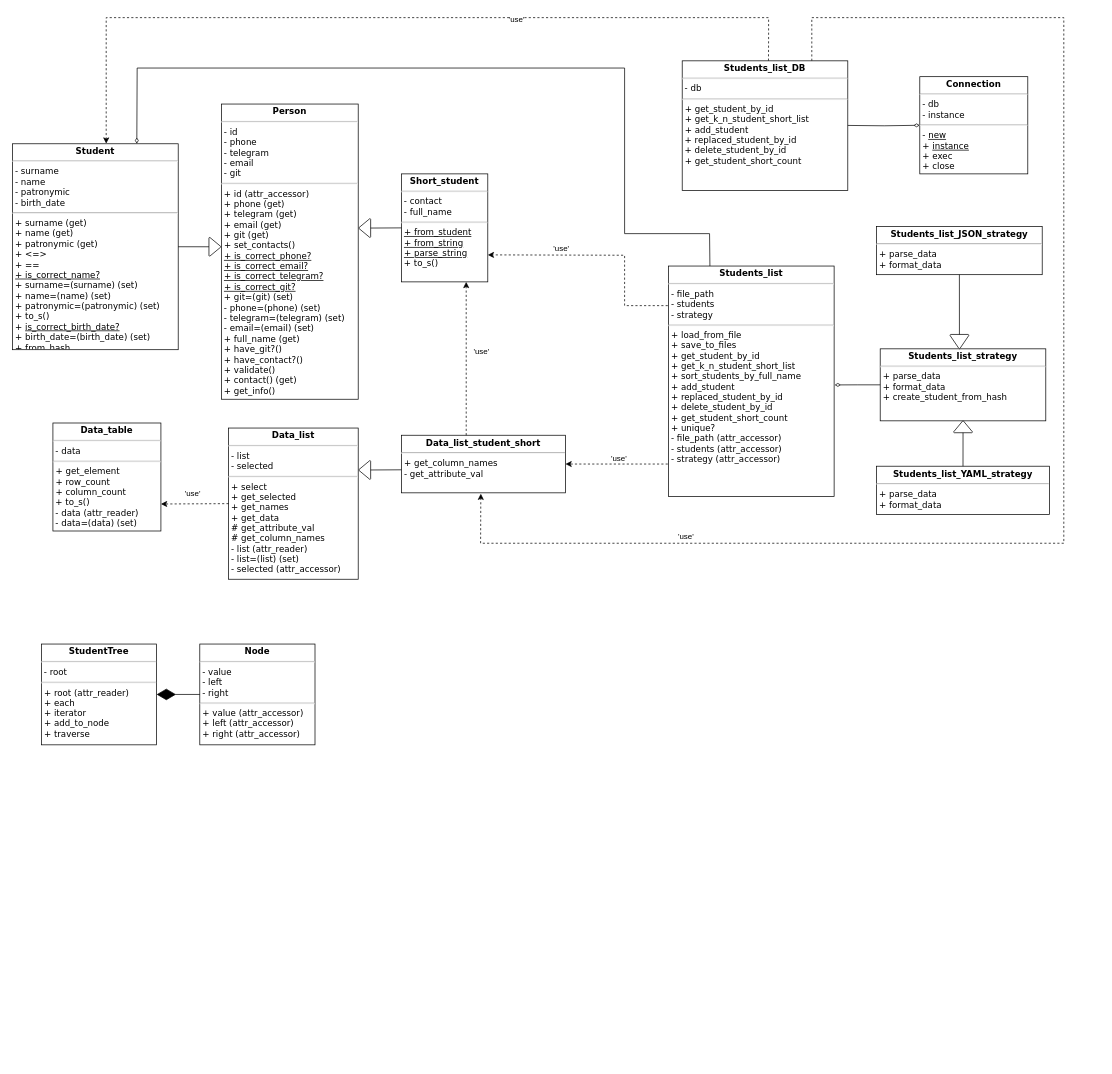
Earlier version of the draw.io diagram Студенты/Диаграмма_классов.drawio (drpnmr/DesignPatterns). Source tidied: cells renumbered, new cells numbered last; positions are measured from the earlier drawing's top-left corner, leaving out a move shared by most shapes. Both pictures are drawn from the tidied source at 72%, with x=0, y=0 at pixel (12, 17).
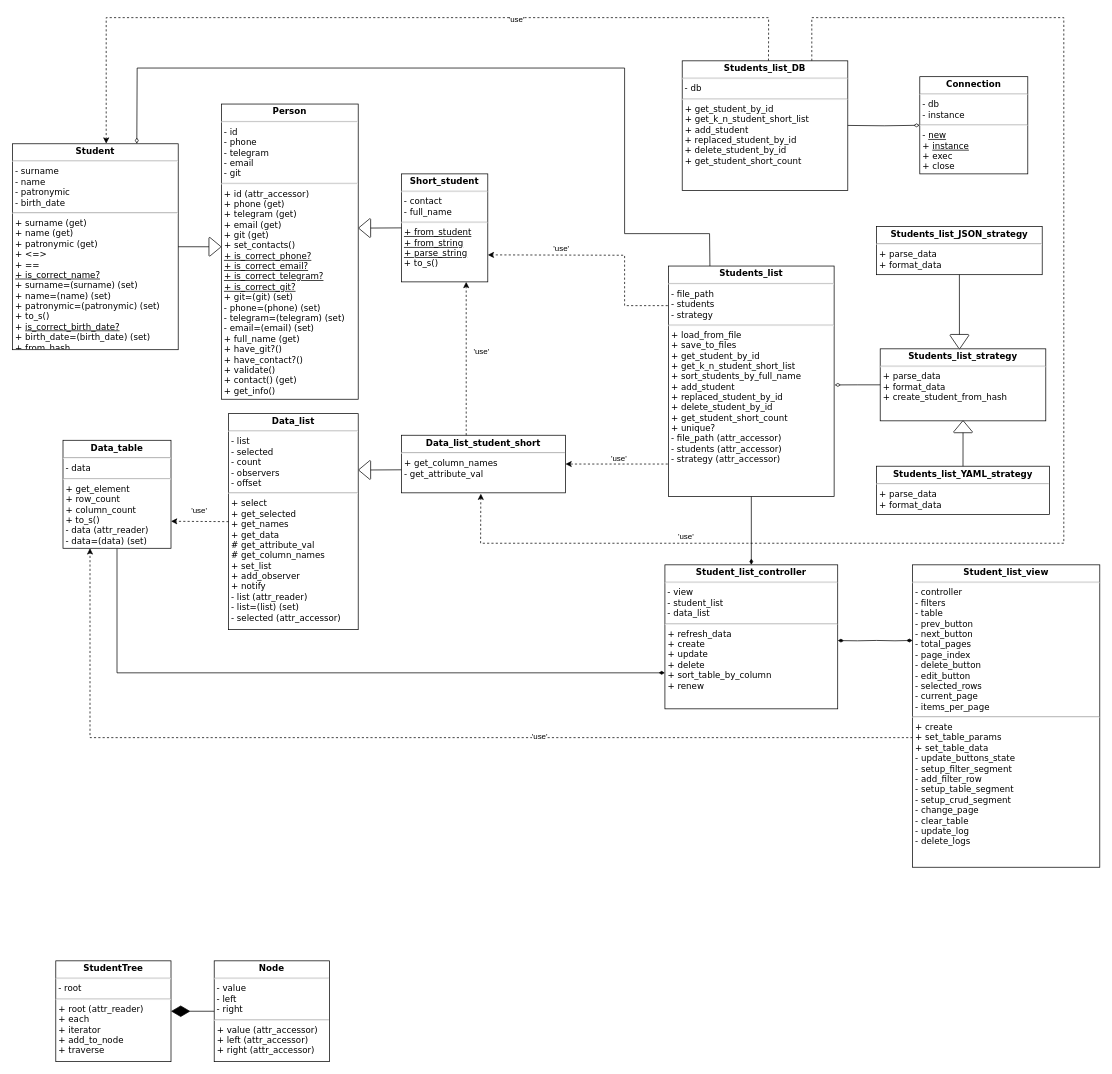
The same page after the edit.

Commit message (it also covers changes not shown here):
ЛР5, задание 1.5. Обновленная диаграмма классов

The change refers to these unchanged cells:
```xml
<mxCell id="23" value="&lt;p style=&quot;margin: 4px 0px 0px; text-align: center;&quot;&gt;&lt;b style=&quot;&quot;&gt;&lt;font style=&quot;font-size: 12px;&quot;&gt;Students_list&lt;/font&gt;&lt;/b&gt;&lt;/p&gt;&lt;hr style=&quot;&quot;&gt;&lt;div style=&quot;border-color: var(--border-color);&quot;&gt;&lt;font style=&quot;font-size: 12px;&quot;&gt;&lt;span style=&quot;background-color: initial;&quot;&gt;&lt;font style=&quot;&quot;&gt;&amp;nbsp;-&lt;/font&gt;&amp;nbsp;file_path&lt;/span&gt;&lt;/font&gt;&lt;/div&gt;&lt;div style=&quot;border-color: var(--border-color);&quot;&gt;&lt;font style=&quot;font-size: 12px;&quot;&gt;&lt;span style=&quot;background-color: initial;&quot;&gt;&amp;nbsp;- students&lt;/span&gt;&lt;/font&gt;&lt;/div&gt;&lt;div style=&quot;border-color: var(--border-color);&quot;&gt;&amp;nbsp;- strategy&lt;/div&gt;&lt;hr style=&quot;&quot;&gt;&lt;p style=&quot;margin: 0px 0px 0px 4px;&quot;&gt;&lt;span style=&quot;background-color: initial;&quot;&gt;+&amp;nbsp;load_from_file&lt;/span&gt;&lt;/p&gt;&lt;p style=&quot;margin: 0px 0px 0px 4px;&quot;&gt;+ save_to_files&lt;/p&gt;&lt;p style=&quot;margin: 0px 0px 0px 4px;&quot;&gt;+ get_student_by_id&lt;/p&gt;&lt;p style=&quot;margin: 0px 0px 0px 4px;&quot;&gt;+ get_k_n_student_short_list&lt;/p&gt;&lt;p style=&quot;margin: 0px 0px 0px 4px;&quot;&gt;+ sort_students_by_full_name&lt;/p&gt;&lt;p style=&quot;margin: 0px 0px 0px 4px;&quot;&gt;+&amp;nbsp;add_student&lt;/p&gt;&lt;div&gt;&amp;nbsp;+ replaced_student_by_id&lt;/div&gt;&lt;div&gt;&amp;nbsp;+ delete_student_by_id&lt;/div&gt;&lt;div&gt;&amp;nbsp;+ get_student_short_count&lt;/div&gt;&lt;div&gt;&amp;nbsp;+ unique?&lt;/div&gt;&lt;div&gt;&amp;nbsp;- file_path&amp;nbsp;(attr_accessor)&lt;/div&gt;&lt;div&gt;&amp;nbsp;- students&amp;nbsp;(attr_accessor)&lt;/div&gt;&lt;div&gt;&amp;nbsp;- strategy (attr_accessor)&lt;/div&gt;&lt;div&gt;&lt;font style=&quot;font-size: 12px;&quot;&gt;&lt;span class=&quot;Apple-converted-space&quot; style=&quot;background-color: initial;&quot;&gt;&amp;nbsp;&lt;/span&gt;&lt;/font&gt;&lt;/div&gt;" style="verticalAlign=top;align=left;overflow=fill;fontSize=12;fontFamily=Verdana;html=1;whiteSpace=wrap;spacingLeft=1;spacing=0;spacingTop=0;" parent="1" vertex="1">
  <mxGeometry x="911" y="345" width="230" height="320" as="geometry" />
</mxCell>
```

Change to the diagram source:
```diff
@@
     <mxCell id="9" value="&lt;p style=&quot;margin: 4px 0px 0px; text-align: center;&quot;&gt;&lt;b&gt;&lt;font&gt;StudentTree&lt;/font&gt;&lt;/b&gt;&lt;/p&gt;&lt;hr&gt;&lt;div style=&quot;border-color: var(--border-color);&quot;&gt;&lt;font&gt;&lt;span style=&quot;background-color: initial;&quot;&gt;&lt;font&gt;&amp;nbsp;-&lt;/font&gt;&amp;nbsp;root&lt;/span&gt;&lt;/font&gt;&lt;/div&gt;&lt;hr&gt;&lt;p style=&quot;margin: 0px 0px 0px 4px;&quot;&gt;&lt;font&gt;&lt;font&gt;+ root (attr_reader)&lt;br&gt;+ each&lt;br&gt;&lt;/font&gt;&lt;/font&gt;&lt;/p&gt;&lt;p style=&quot;margin: 0px 0px 0px 4px;&quot;&gt;&lt;font&gt;&lt;font&gt;+&amp;nbsp;&lt;/font&gt;iterator&lt;/font&gt;&lt;/p&gt;&lt;p style=&quot;margin: 0px 0px 0px 4px;&quot;&gt;&lt;font&gt;&lt;span class=&quot;Apple-converted-space&quot; style=&quot;background-color: initial;&quot;&gt;+ add_to_node&lt;/span&gt;&lt;/font&gt;&lt;/p&gt;&lt;p style=&quot;margin: 0px 0px 0px 4px;&quot;&gt;&lt;span style=&quot;background-color: initial;&quot;&gt;+ traverse&lt;/span&gt;&lt;/p&gt;" style="verticalAlign=top;align=left;overflow=fill;fontSize=12;fontFamily=Verdana;html=1;whiteSpace=wrap;spacingLeft=1;spacing=0;spacingTop=0;" parent="1" vertex="1">
-      <mxGeometry x="40" y="870" width="160" height="140" as="geometry" />
+      <mxGeometry x="60" y="1310" width="160" height="140" as="geometry" />
     </mxCell>
     <mxCell id="10" value="&lt;p style=&quot;margin: 4px 0px 0px; text-align: center;&quot;&gt;&lt;b&gt;Node&lt;/b&gt;&lt;/p&gt;&lt;hr&gt;&lt;div style=&quot;border-color: var(--border-color);&quot;&gt;&lt;div style=&quot;border-color: var(--border-color);&quot;&gt;&lt;span style=&quot;background-color: initial;&quot;&gt;&lt;font&gt;&amp;nbsp;-&lt;/font&gt;&amp;nbsp;value&lt;/span&gt;&lt;/div&gt;&lt;div style=&quot;border-color: var(--border-color);&quot;&gt;&lt;span style=&quot;background-color: initial;&quot;&gt;&amp;nbsp;- left&lt;/span&gt;&lt;/div&gt;&lt;div style=&quot;border-color: var(--border-color);&quot;&gt;&lt;span style=&quot;background-color: initial;&quot;&gt;&amp;nbsp;- right&lt;/span&gt;&lt;/div&gt;&lt;/div&gt;&lt;hr&gt;&lt;p style=&quot;margin: 0px 0px 0px 4px;&quot;&gt;&lt;font&gt;&lt;font&gt;+ value (attr_accessor)&lt;/font&gt;&lt;/font&gt;&lt;/p&gt;&lt;p style=&quot;margin: 0px 0px 0px 4px;&quot;&gt;&lt;font&gt;&lt;font&gt;+ left&amp;nbsp;(attr_accessor)&lt;/font&gt;&lt;/font&gt;&lt;/p&gt;&lt;p style=&quot;margin: 0px 0px 0px 4px;&quot;&gt;&lt;font&gt;&lt;font&gt;+ right&amp;nbsp;(attr_accessor)&lt;br&gt;&lt;br&gt;&lt;/font&gt;&lt;/font&gt;&lt;/p&gt;" style="verticalAlign=top;align=left;overflow=fill;fontSize=12;fontFamily=Verdana;html=1;whiteSpace=wrap;spacingLeft=1;spacing=0;spacingTop=0;" parent="1" vertex="1">
-      <mxGeometry x="260" y="870" width="160" height="140" as="geometry" />
+      <mxGeometry x="280" y="1310" width="160" height="140" as="geometry" />
     </mxCell>
@@
+    <mxCell id="46" style="edgeStyle=orthogonalEdgeStyle;rounded=0;jettySize=auto;html=1;entryX=0;entryY=0.75;entryDx=0;entryDy=0;endArrow=diamondThin;endFill=1;" parent="1" edge="1" source="12" target="52">
+      <mxGeometry relative="1" as="geometry">
+        <Array as="points">
+          <mxPoint x="145" y="910" />
+        </Array>
+      </mxGeometry>
+    </mxCell>
     <mxCell id="12" value="&lt;p style=&quot;margin: 4px 0px 0px; text-align: center;&quot;&gt;&lt;b style=&quot;&quot;&gt;&lt;font style=&quot;font-size: 12px;&quot;&gt;Data_table&lt;/font&gt;&lt;/b&gt;&lt;/p&gt;&lt;hr style=&quot;&quot;&gt;&lt;div style=&quot;border-color: var(--border-color);&quot;&gt;&lt;font style=&quot;font-size: 12px;&quot;&gt;&lt;span style=&quot;background-color: initial;&quot;&gt;&lt;font style=&quot;&quot;&gt;&amp;nbsp;-&lt;/font&gt;&amp;nbsp;data&lt;/span&gt;&lt;/font&gt;&lt;/div&gt;&lt;hr style=&quot;&quot;&gt;&lt;p style=&quot;margin: 0px 0px 0px 4px;&quot;&gt;+&amp;nbsp;get_element&lt;/p&gt;&lt;p style=&quot;margin: 0px 0px 0px 4px;&quot;&gt;+ row_count&lt;/p&gt;&lt;p style=&quot;margin: 0px 0px 0px 4px;&quot;&gt;+ column_count&lt;/p&gt;&lt;div&gt;&lt;font style=&quot;font-size: 12px;&quot;&gt;&amp;nbsp;+&amp;nbsp;to_s()&lt;/font&gt;&lt;/div&gt;&lt;div&gt;&lt;font style=&quot;font-size: 12px;&quot;&gt;&amp;nbsp;- data (attr_reader)&lt;/font&gt;&lt;/div&gt;&lt;div&gt;&lt;font style=&quot;font-size: 12px;&quot;&gt;&amp;nbsp;- data=(data) (set)&lt;br&gt;&lt;br&gt;&lt;span class=&quot;Apple-converted-space&quot; style=&quot;background-color: initial;&quot;&gt;&amp;nbsp;&lt;/span&gt;&lt;/font&gt;&lt;/div&gt;" style="verticalAlign=top;align=left;overflow=fill;fontSize=12;fontFamily=Verdana;html=1;whiteSpace=wrap;spacingLeft=1;spacing=0;spacingTop=0;" parent="1" vertex="1">
-      <mxGeometry x="56" y="563" width="150" height="150" as="geometry" />
+      <mxGeometry x="70" y="587" width="150" height="150" as="geometry" />
     </mxCell>
-    <mxCell id="13" value="&lt;p style=&quot;margin: 4px 0px 0px; text-align: center;&quot;&gt;&lt;b style=&quot;&quot;&gt;&lt;font style=&quot;font-size: 12px;&quot;&gt;Data_list&lt;/font&gt;&lt;/b&gt;&lt;/p&gt;&lt;hr style=&quot;&quot;&gt;&lt;div style=&quot;border-color: var(--border-color);&quot;&gt;&lt;font style=&quot;font-size: 12px;&quot;&gt;&lt;span style=&quot;background-color: initial;&quot;&gt;&lt;font style=&quot;&quot;&gt;&amp;nbsp;-&lt;/font&gt;&amp;nbsp;list&lt;/span&gt;&lt;/font&gt;&lt;/div&gt;&lt;div style=&quot;border-color: var(--border-color);&quot;&gt;&lt;font style=&quot;font-size: 12px;&quot;&gt;&lt;span style=&quot;background-color: initial;&quot;&gt;&amp;nbsp;- selected&lt;/span&gt;&lt;/font&gt;&lt;/div&gt;&lt;hr style=&quot;&quot;&gt;&lt;p style=&quot;margin: 0px 0px 0px 4px;&quot;&gt;&lt;span style=&quot;background-color: initial;&quot;&gt;+&amp;nbsp;select&lt;/span&gt;&lt;/p&gt;&lt;p style=&quot;margin: 0px 0px 0px 4px;&quot;&gt;+ get_selected&lt;span style=&quot;background-color: initial;&quot;&gt;&lt;/span&gt;&lt;/p&gt;&lt;p style=&quot;margin: 0px 0px 0px 4px;&quot;&gt;&lt;span style=&quot;background-color: transparent; color: light-dark(rgb(0, 0, 0), rgb(255, 255, 255));&quot;&gt;+ get_names&lt;/span&gt;&lt;/p&gt;&lt;p style=&quot;margin: 0px 0px 0px 4px;&quot;&gt;+ get_data&lt;/p&gt;&lt;p style=&quot;margin: 0px 0px 0px 4px;&quot;&gt;# get_attribute_val&lt;/p&gt;&lt;p style=&quot;margin: 0px 0px 0px 4px;&quot;&gt;&lt;span style=&quot;background-color: transparent; color: light-dark(rgb(0, 0, 0), rgb(255, 255, 255));&quot;&gt;#&lt;/span&gt;&lt;span style=&quot;background-color: transparent; color: light-dark(rgb(0, 0, 0), rgb(255, 255, 255));&quot;&gt;&amp;nbsp;&lt;/span&gt;get_column_names&lt;/p&gt;&lt;div&gt;&amp;nbsp;- list (attr_reader)&lt;/div&gt;&lt;div&gt;&amp;nbsp;- list=(list) (set)&lt;/div&gt;&lt;div&gt;&amp;nbsp;- selected (attr_accessor)&lt;/div&gt;&lt;div&gt;&lt;font style=&quot;font-size: 12px;&quot;&gt;&lt;span class=&quot;Apple-converted-space&quot; style=&quot;background-color: initial;&quot;&gt;&amp;nbsp;&lt;/span&gt;&lt;/font&gt;&lt;/div&gt;" style="verticalAlign=top;align=left;overflow=fill;fontSize=12;fontFamily=Verdana;html=1;whiteSpace=wrap;spacingLeft=1;spacing=0;spacingTop=0;" parent="1" vertex="1">
-      <mxGeometry x="300" y="570" width="180" height="210" as="geometry" />
+    <mxCell id="13" value="&lt;p style=&quot;margin: 4px 0px 0px; text-align: center;&quot;&gt;&lt;b style=&quot;&quot;&gt;&lt;font style=&quot;font-size: 12px;&quot;&gt;Data_list&lt;/font&gt;&lt;/b&gt;&lt;/p&gt;&lt;hr style=&quot;&quot;&gt;&lt;div style=&quot;border-color: var(--border-color);&quot;&gt;&lt;font style=&quot;font-size: 12px;&quot;&gt;&lt;span style=&quot;background-color: initial;&quot;&gt;&lt;font style=&quot;&quot;&gt;&amp;nbsp;-&lt;/font&gt;&amp;nbsp;list&lt;/span&gt;&lt;/font&gt;&lt;/div&gt;&lt;div style=&quot;border-color: var(--border-color);&quot;&gt;&lt;font style=&quot;font-size: 12px;&quot;&gt;&lt;span style=&quot;background-color: initial;&quot;&gt;&amp;nbsp;- selected&lt;/span&gt;&lt;/font&gt;&lt;/div&gt;&lt;div style=&quot;border-color: var(--border-color);&quot;&gt;&amp;nbsp;- count&lt;/div&gt;&lt;div style=&quot;border-color: var(--border-color);&quot;&gt;&amp;nbsp;- observers&lt;/div&gt;&lt;div style=&quot;border-color: var(--border-color);&quot;&gt;&amp;nbsp;- offset&lt;/div&gt;&lt;hr style=&quot;&quot;&gt;&lt;p style=&quot;margin: 0px 0px 0px 4px;&quot;&gt;&lt;span style=&quot;background-color: initial;&quot;&gt;+&amp;nbsp;select&lt;/span&gt;&lt;/p&gt;&lt;p style=&quot;margin: 0px 0px 0px 4px;&quot;&gt;+ get_selected&lt;span style=&quot;background-color: initial;&quot;&gt;&lt;/span&gt;&lt;/p&gt;&lt;p style=&quot;margin: 0px 0px 0px 4px;&quot;&gt;&lt;span style=&quot;background-color: transparent; color: light-dark(rgb(0, 0, 0), rgb(255, 255, 255));&quot;&gt;+ get_names&lt;/span&gt;&lt;/p&gt;&lt;p style=&quot;margin: 0px 0px 0px 4px;&quot;&gt;+ get_data&lt;/p&gt;&lt;p style=&quot;margin: 0px 0px 0px 4px;&quot;&gt;# get_attribute_val&lt;/p&gt;&lt;p style=&quot;margin: 0px 0px 0px 4px;&quot;&gt;&lt;span style=&quot;background-color: transparent; color: light-dark(rgb(0, 0, 0), rgb(255, 255, 255));&quot;&gt;#&lt;/span&gt;&lt;span style=&quot;background-color: transparent; color: light-dark(rgb(0, 0, 0), rgb(255, 255, 255));&quot;&gt;&amp;nbsp;&lt;/span&gt;get_column_names&lt;/p&gt;&lt;p style=&quot;margin: 0px 0px 0px 4px;&quot;&gt;+ set_list&lt;/p&gt;&lt;p style=&quot;margin: 0px 0px 0px 4px;&quot;&gt;+ add_observer&lt;/p&gt;&lt;p style=&quot;margin: 0px 0px 0px 4px;&quot;&gt;+ notify&lt;/p&gt;&lt;div&gt;&amp;nbsp;- list (attr_reader)&lt;/div&gt;&lt;div&gt;&amp;nbsp;- list=(list) (set)&lt;/div&gt;&lt;div&gt;&amp;nbsp;- selected (attr_accessor)&lt;/div&gt;&lt;div&gt;&lt;font style=&quot;font-size: 12px;&quot;&gt;&lt;span class=&quot;Apple-converted-space&quot; style=&quot;background-color: initial;&quot;&gt;&amp;nbsp;&lt;/span&gt;&lt;/font&gt;&lt;/div&gt;" style="verticalAlign=top;align=left;overflow=fill;fontSize=12;fontFamily=Verdana;html=1;whiteSpace=wrap;spacingLeft=1;spacing=0;spacingTop=0;" parent="1" vertex="1">
+      <mxGeometry x="300" y="550" width="180" height="300" as="geometry" />
     </mxCell>
@@
+    <mxCell id="47" style="edgeStyle=orthogonalEdgeStyle;rounded=0;jettySize=auto;html=1;entryX=0.5;entryY=0;entryDx=0;entryDy=0;endArrow=diamondThin;endFill=1;" parent="1" edge="1" source="23" target="52">
+      <mxGeometry relative="1" as="geometry" />
+    </mxCell>
@@
+    <mxCell id="48" style="edgeStyle=orthogonalEdgeStyle;rounded=0;jettySize=auto;html=1;entryX=0.25;entryY=1;entryDx=0;entryDy=0;dashed=1;" parent="1" edge="1" source="50" target="12">
+      <mxGeometry relative="1" as="geometry">
+        <Array as="points">
+          <mxPoint x="108" y="1000" />
+        </Array>
+      </mxGeometry>
+    </mxCell>
+    <mxCell id="49" value="'use'" style="edgeLabel;html=1;align=center;verticalAlign=middle;" parent="48" vertex="1">
+      <mxGeometry x="-0.26" y="-3" relative="1" as="geometry">
+        <mxPoint x="1" as="offset" />
+      </mxGeometry>
+    </mxCell>
+    <mxCell id="50" value="&lt;p style=&quot;margin: 4px 0px 0px; text-align: center;&quot;&gt;&lt;b style=&quot;&quot;&gt;&lt;font style=&quot;font-size: 12px;&quot;&gt;Student_list_view&lt;/font&gt;&lt;/b&gt;&lt;/p&gt;&lt;hr style=&quot;&quot;&gt;&lt;div style=&quot;border-color: var(--border-color);&quot;&gt;&lt;font style=&quot;font-size: 12px;&quot;&gt;&lt;span style=&quot;background-color: initial;&quot;&gt;&lt;font style=&quot;&quot;&gt;&amp;nbsp;- controller&amp;nbsp;&lt;/font&gt;&lt;/span&gt;&lt;/font&gt;&lt;/div&gt;&lt;div style=&quot;border-color: var(--border-color);&quot;&gt;&lt;font style=&quot;font-size: 12px;&quot;&gt;&lt;span style=&quot;background-color: initial;&quot;&gt;&lt;font style=&quot;&quot;&gt;&amp;nbsp;-&lt;/font&gt;&amp;nbsp;filters&lt;/span&gt;&lt;/font&gt;&lt;/div&gt;&lt;div style=&quot;border-color: var(--border-color);&quot;&gt;&lt;font style=&quot;font-size: 12px;&quot;&gt;&lt;span style=&quot;background-color: initial;&quot;&gt;&amp;nbsp;- table&lt;/span&gt;&lt;/font&gt;&lt;/div&gt;&lt;div style=&quot;border-color: var(--border-color);&quot;&gt;&lt;span style=&quot;background-color: transparent; color: light-dark(rgb(0, 0, 0), rgb(255, 255, 255));&quot;&gt;&amp;nbsp;- prev_button&lt;/span&gt;&lt;/div&gt;&lt;div style=&quot;border-color: var(--border-color);&quot;&gt;&amp;nbsp;- next_button&lt;/div&gt;&lt;div style=&quot;border-color: var(--border-color);&quot;&gt;&amp;nbsp;- total_pages&lt;/div&gt;&lt;div style=&quot;border-color: var(--border-color);&quot;&gt;&amp;nbsp;- page_index&lt;/div&gt;&lt;div style=&quot;border-color: var(--border-color);&quot;&gt;&amp;nbsp;- delete_button&lt;/div&gt;&lt;div style=&quot;border-color: var(--border-color);&quot;&gt;&amp;nbsp;- edit_button&lt;/div&gt;&lt;div style=&quot;border-color: var(--border-color);&quot;&gt;&amp;nbsp;- selected_rows&lt;br&gt;&lt;/div&gt;&lt;div style=&quot;border-color: var(--border-color);&quot;&gt;&amp;nbsp;- current_page&lt;/div&gt;&lt;div style=&quot;border-color: var(--border-color);&quot;&gt;&amp;nbsp;- items_per_page&lt;/div&gt;&lt;hr style=&quot;&quot;&gt;&lt;p style=&quot;margin: 0px 0px 0px 4px;&quot;&gt;&lt;span style=&quot;background-color: initial;&quot;&gt;+ create&lt;/span&gt;&lt;/p&gt;&lt;p style=&quot;margin: 0px 0px 0px 4px;&quot;&gt;+ set_table_params&lt;/p&gt;&lt;p style=&quot;margin: 0px 0px 0px 4px;&quot;&gt;+ set_table_data&lt;/p&gt;&lt;p style=&quot;margin: 0px 0px 0px 4px;&quot;&gt;- update_buttons_state&lt;/p&gt;&lt;p style=&quot;margin: 0px 0px 0px 4px;&quot;&gt;- setup_filter_segment&lt;/p&gt;&lt;p style=&quot;margin: 0px 0px 0px 4px;&quot;&gt;- add_filter_row&lt;/p&gt;&lt;p style=&quot;margin: 0px 0px 0px 4px;&quot;&gt;- setup_table_segment&lt;/p&gt;&lt;p style=&quot;margin: 0px 0px 0px 4px;&quot;&gt;- setup_crud_segment&lt;/p&gt;&lt;p style=&quot;margin: 0px 0px 0px 4px;&quot;&gt;- change_page&lt;/p&gt;&lt;p style=&quot;margin: 0px 0px 0px 4px;&quot;&gt;- clear_table&lt;/p&gt;&lt;p style=&quot;margin: 0px 0px 0px 4px;&quot;&gt;- update_log&lt;/p&gt;&lt;p style=&quot;margin: 0px 0px 0px 4px;&quot;&gt;- delete_logs&lt;/p&gt;&lt;div&gt;&lt;font style=&quot;font-size: 12px;&quot;&gt;&lt;span class=&quot;Apple-converted-space&quot; style=&quot;background-color: initial;&quot;&gt;&amp;nbsp;&lt;/span&gt;&lt;/font&gt;&lt;/div&gt;" style="verticalAlign=top;align=left;overflow=fill;fontSize=12;fontFamily=Verdana;html=1;whiteSpace=wrap;spacingLeft=1;spacing=0;spacingTop=0;" parent="1" vertex="1">
+      <mxGeometry x="1250" y="760" width="260" height="420" as="geometry" />
+    </mxCell>
+    <mxCell id="51" style="edgeStyle=orthogonalEdgeStyle;rounded=0;jettySize=auto;html=1;entryX=0;entryY=0.25;entryDx=0;entryDy=0;endArrow=diamondThin;endFill=1;" parent="1" edge="1" target="50">
+      <mxGeometry relative="1" as="geometry">
+        <mxPoint x="1200" y="865" as="sourcePoint" />
+      </mxGeometry>
+    </mxCell>
+    <mxCell id="52" value="&lt;p style=&quot;margin: 4px 0px 0px; text-align: center;&quot;&gt;&lt;b style=&quot;&quot;&gt;&lt;font style=&quot;font-size: 12px;&quot;&gt;Student_list_controller&lt;/font&gt;&lt;/b&gt;&lt;/p&gt;&lt;hr style=&quot;&quot;&gt;&lt;div style=&quot;border-color: var(--border-color);&quot;&gt;&lt;font style=&quot;font-size: 12px;&quot;&gt;&lt;span style=&quot;background-color: initial;&quot;&gt;&lt;font style=&quot;&quot;&gt;&amp;nbsp;- view&lt;/font&gt;&lt;/span&gt;&lt;/font&gt;&lt;/div&gt;&lt;div style=&quot;border-color: var(--border-color);&quot;&gt;&lt;font style=&quot;font-size: 12px;&quot;&gt;&lt;span style=&quot;background-color: initial;&quot;&gt;&lt;font style=&quot;&quot;&gt;&amp;nbsp;-&lt;/font&gt;&amp;nbsp;student_list&lt;/span&gt;&lt;/font&gt;&lt;/div&gt;&lt;div style=&quot;border-color: var(--border-color);&quot;&gt;&lt;font style=&quot;font-size: 12px;&quot;&gt;&lt;span style=&quot;background-color: initial;&quot;&gt;&amp;nbsp;- data_list&lt;br&gt;&lt;/span&gt;&lt;/font&gt;&lt;/div&gt;&lt;hr style=&quot;&quot;&gt;&lt;p style=&quot;margin: 0px 0px 0px 4px;&quot;&gt;&lt;span style=&quot;background-color: initial;&quot;&gt;+ refresh_data&lt;/span&gt;&lt;/p&gt;&lt;p style=&quot;margin: 0px 0px 0px 4px;&quot;&gt;&lt;span style=&quot;background-color: initial;&quot;&gt;+ create&lt;/span&gt;&lt;/p&gt;&lt;p style=&quot;margin: 0px 0px 0px 4px;&quot;&gt;&lt;span style=&quot;background-color: initial;&quot;&gt;+ update&lt;/span&gt;&lt;/p&gt;&lt;p style=&quot;margin: 0px 0px 0px 4px;&quot;&gt;&lt;span style=&quot;background-color: initial;&quot;&gt;+ delete&lt;/span&gt;&lt;/p&gt;&lt;p style=&quot;margin: 0px 0px 0px 4px;&quot;&gt;&lt;span style=&quot;background-color: initial;&quot;&gt;+ sort_table_by_column&lt;/span&gt;&lt;/p&gt;&lt;p style=&quot;margin: 0px 0px 0px 4px;&quot;&gt;&lt;span style=&quot;background-color: initial;&quot;&gt;+ renew&lt;/span&gt;&lt;/p&gt;&lt;p style=&quot;margin: 0px 0px 0px 4px;&quot;&gt;&lt;span style=&quot;background-color: initial;&quot;&gt;&lt;br&gt;&lt;/span&gt;&lt;/p&gt;&lt;div&gt;&lt;font style=&quot;font-size: 12px;&quot;&gt;&lt;span class=&quot;Apple-converted-space&quot; style=&quot;background-color: initial;&quot;&gt;&amp;nbsp;&lt;/span&gt;&lt;/font&gt;&lt;/div&gt;" style="verticalAlign=top;align=left;overflow=fill;fontSize=12;fontFamily=Verdana;html=1;whiteSpace=wrap;spacingLeft=1;spacing=0;spacingTop=0;" parent="1" vertex="1">
+      <mxGeometry x="906" y="760" width="240" height="200" as="geometry" />
+    </mxCell>
+    <mxCell id="53" style="edgeStyle=orthogonalEdgeStyle;rounded=0;orthogonalLoop=1;jettySize=auto;html=1;entryX=1;entryY=0.521;entryDx=0;entryDy=0;entryPerimeter=0;endArrow=diamondThin;endFill=1;" parent="1" edge="1">
+      <mxGeometry relative="1" as="geometry">
+        <mxPoint x="1200" y="865" as="sourcePoint" />
+        <mxPoint x="1146" y="865.2" as="targetPoint" />
+      </mxGeometry>
+    </mxCell>
```
